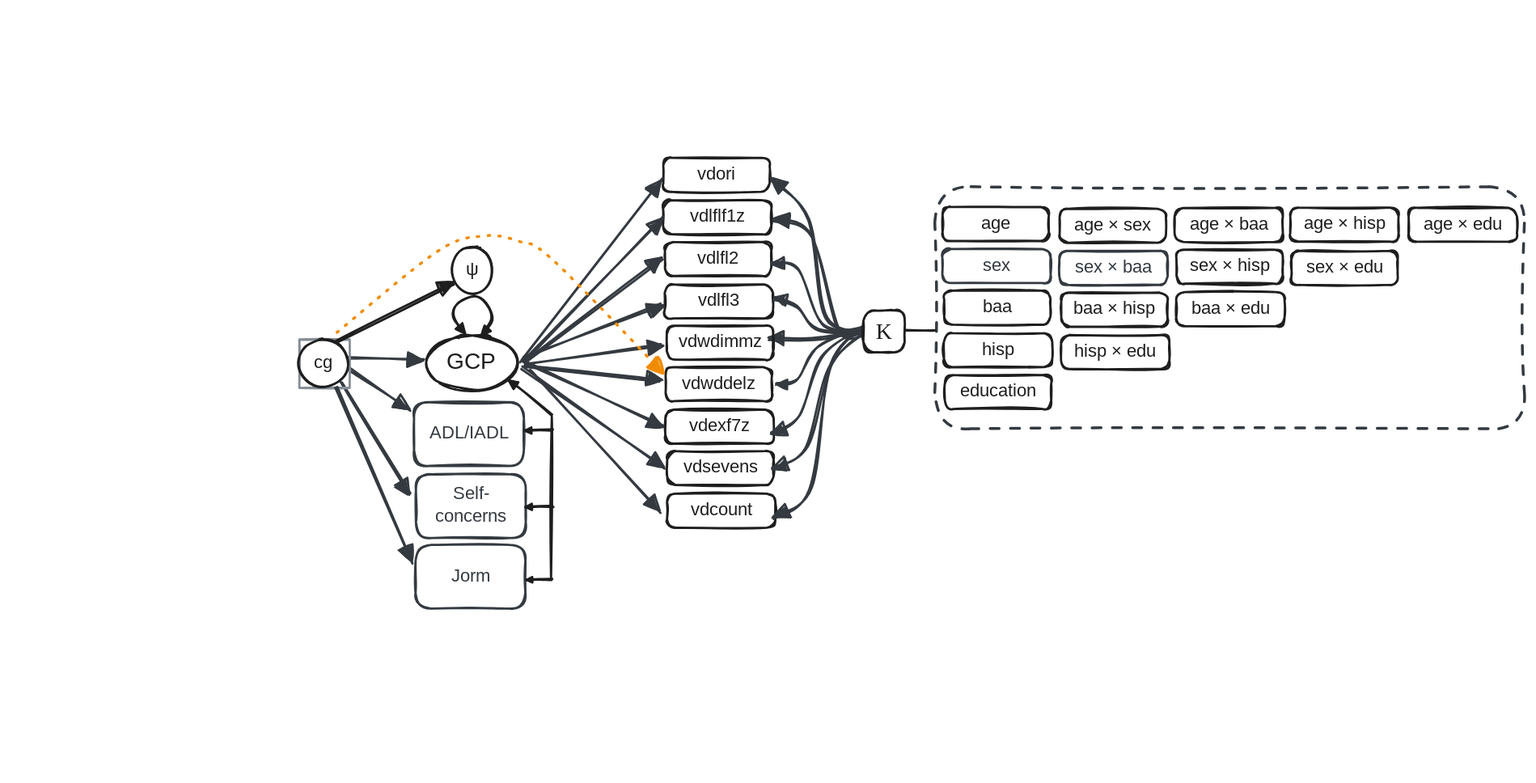
Earlier version of the Excalidraw export R/excalidraw/PMM-011-Calibration_Model_path_only.excalidraw.svg (dougtommet/HRS_cog_classification). Source tidied: one line per element, renumbered; positions are measured from the earlier drawing's top-left corner, leaving out a move shared by most shapes. The source it was exported from:
```json
{"id": 0, "type": "ellipse", "strokeColor": "#1e1e1e", "strokeWidth": 2, "roughness": 1, "round": true, "x": 112, "y": 157, "width": 81, "height": 49}
{"id": 1, "type": "text", "text": "GCP", "strokeColor": "#1e1e1e", "strokeWidth": 2, "roughness": 1, "fontSize": 20, "fontFamily": 5, "textAlign": "center", "verticalAlign": "middle", "inside": 0, "x": 133, "y": 169, "width": 39, "height": 25}
{"id": 2, "type": "rectangle", "strokeColor": "#1e1e1e", "strokeWidth": 2, "roughness": 1, "round": true, "x": 322, "y": 0, "width": 94, "height": 30}
{"id": 3, "type": "text", "text": "vdori", "strokeColor": "#1e1e1e", "strokeWidth": 2, "roughness": 1, "fontSize": 16, "fontFamily": 5, "textAlign": "center", "verticalAlign": "middle", "inside": 2, "x": 352, "y": 5, "width": 34, "height": 20}
{"id": 4, "type": "rectangle", "strokeColor": "#1e1e1e", "strokeWidth": 2, "roughness": 1, "round": true, "x": 569, "y": 43, "width": 94, "height": 30}
{"id": 5, "type": "text", "text": "age", "strokeColor": "#1e1e1e", "strokeWidth": 2, "roughness": 1, "fontSize": 16, "fontFamily": 5, "textAlign": "center", "verticalAlign": "middle", "inside": 4, "x": 605, "y": 48, "width": 22, "height": 20}
{"id": 6, "type": "rectangle", "strokeColor": "#1e1e1e", "strokeWidth": 2, "roughness": 1, "round": true, "x": 324, "y": 185, "width": 94, "height": 30}
{"id": 7, "type": "text", "text": "vdwddelz", "strokeColor": "#1e1e1e", "strokeWidth": 2, "roughness": 1, "fontSize": 16, "fontFamily": 5, "textAlign": "center", "verticalAlign": "middle", "inside": 6, "x": 336, "y": 190, "width": 70, "height": 20}
{"id": 8, "type": "rectangle", "strokeColor": "#1e1e1e", "strokeWidth": 2, "roughness": 1, "round": true, "x": 571, "y": 192, "width": 94, "height": 30}
{"id": 9, "type": "text", "text": "education", "strokeColor": "#1e1e1e", "strokeWidth": 2, "roughness": 1, "fontSize": 16, "fontFamily": 5, "textAlign": "center", "verticalAlign": "middle", "inside": 8, "x": 580, "y": 197, "width": 75, "height": 20}
{"id": 10, "type": "rectangle", "strokeColor": "#1e1e1e", "strokeWidth": 2, "roughness": 1, "round": true, "x": 324, "y": 74, "width": 94, "height": 30}
{"id": 11, "type": "text", "text": "vdlfl2", "strokeColor": "#1e1e1e", "strokeWidth": 2, "roughness": 1, "fontSize": 16, "fontFamily": 5, "textAlign": "center", "verticalAlign": "middle", "inside": 10, "x": 352, "y": 79, "width": 37, "height": 20}
{"id": 12, "type": "rectangle", "strokeColor": "#1e1e1e", "strokeWidth": 2, "roughness": 1, "round": true, "x": 570, "y": 117, "width": 94, "height": 30}
{"id": 13, "type": "text", "text": "baa", "strokeColor": "#1e1e1e", "strokeWidth": 2, "roughness": 1, "fontSize": 16, "fontFamily": 5, "textAlign": "center", "verticalAlign": "middle", "inside": 12, "x": 606, "y": 122, "width": 22, "height": 20}
{"id": 14, "type": "rectangle", "strokeColor": "#1e1e1e", "strokeWidth": 2, "roughness": 1, "round": true, "x": 326, "y": 259, "width": 94, "height": 30}
{"id": 15, "type": "text", "text": "vdsevens", "strokeColor": "#1e1e1e", "strokeWidth": 2, "roughness": 1, "fontSize": 16, "fontFamily": 5, "textAlign": "center", "verticalAlign": "middle", "inside": 14, "x": 338, "y": 264, "width": 69, "height": 20}
{"id": 16, "type": "rectangle", "strokeColor": "#1e1e1e", "strokeWidth": 2, "roughness": 1, "round": true, "x": 322, "y": 38, "width": 96, "height": 30}
{"id": 17, "type": "text", "text": "vdlflf1z", "strokeColor": "#1e1e1e", "strokeWidth": 2, "roughness": 1, "fontSize": 16, "fontFamily": 5, "textAlign": "center", "verticalAlign": "middle", "inside": 16, "x": 341, "y": 43, "width": 57, "height": 20}
{"id": 18, "type": "rectangle", "strokeColor": "#343a40", "strokeWidth": 2, "roughness": 1, "round": true, "x": 569, "y": 81, "width": 96, "height": 30}
{"id": 19, "type": "text", "text": "sex", "strokeColor": "#343a40", "strokeWidth": 2, "roughness": 1, "fontSize": 16, "fontFamily": 5, "textAlign": "center", "verticalAlign": "middle", "inside": 18, "x": 606, "y": 86, "width": 21, "height": 20}
{"id": 20, "type": "rectangle", "strokeColor": "#1e1e1e", "strokeWidth": 2, "roughness": 1, "round": true, "x": 324, "y": 222, "width": 96, "height": 30}
{"id": 21, "type": "text", "text": "vdexf7z", "strokeColor": "#1e1e1e", "strokeWidth": 2, "roughness": 1, "fontSize": 16, "fontFamily": 5, "textAlign": "center", "verticalAlign": "middle", "inside": 20, "x": 341, "y": 227, "width": 62, "height": 20}
{"id": 22, "type": "rectangle", "strokeColor": "#1e1e1e", "strokeWidth": 2, "roughness": 1, "round": true, "x": 324, "y": 112, "width": 96, "height": 30}
{"id": 23, "type": "text", "text": "vdlfl3", "strokeColor": "#1e1e1e", "strokeWidth": 2, "roughness": 1, "fontSize": 16, "fontFamily": 5, "textAlign": "center", "verticalAlign": "middle", "inside": 22, "x": 353, "y": 117, "width": 37, "height": 20}
{"id": 24, "type": "rectangle", "strokeColor": "#1e1e1e", "strokeWidth": 2, "roughness": 1, "round": true, "x": 570, "y": 155, "width": 96, "height": 30}
{"id": 25, "type": "text", "text": "hisp", "strokeColor": "#1e1e1e", "strokeWidth": 2, "roughness": 1, "fontSize": 16, "fontFamily": 5, "textAlign": "center", "verticalAlign": "middle", "inside": 24, "x": 605, "y": 160, "width": 27, "height": 20}
{"id": 26, "type": "rectangle", "strokeColor": "#1e1e1e", "strokeWidth": 2, "roughness": 1, "round": true, "x": 326, "y": 297, "width": 96, "height": 30}
{"id": 27, "type": "text", "text": "vdcount", "strokeColor": "#1e1e1e", "strokeWidth": 2, "roughness": 1, "fontSize": 16, "fontFamily": 5, "textAlign": "center", "verticalAlign": "middle", "inside": 26, "x": 343, "y": 302, "width": 62, "height": 20}
{"id": 28, "type": "rectangle", "strokeColor": "#1e1e1e", "strokeWidth": 2, "roughness": 1, "round": true, "x": 672, "y": 45, "width": 94, "height": 30}
{"id": 29, "type": "text", "text": "age × sex", "strokeColor": "#1e1e1e", "strokeWidth": 2, "roughness": 1, "fontSize": 16, "fontFamily": 5, "textAlign": "center", "verticalAlign": "middle", "inside": 28, "x": 682, "y": 50, "width": 75, "height": 20}
{"id": 30, "type": "rectangle", "strokeColor": "#1e1e1e", "strokeWidth": 2, "roughness": 1, "round": true, "x": 674, "y": 119, "width": 94, "height": 30}
{"id": 31, "type": "text", "text": "baa × hisp", "strokeColor": "#1e1e1e", "strokeWidth": 2, "roughness": 1, "fontSize": 16, "fontFamily": 5, "textAlign": "center", "verticalAlign": "middle", "inside": 30, "x": 681, "y": 124, "width": 79, "height": 20}
{"id": 32, "type": "rectangle", "strokeColor": "#1e1e1e", "strokeWidth": 2, "roughness": 1, "round": true, "x": 776, "y": 81, "width": 94, "height": 30}
{"id": 33, "type": "text", "text": "sex × hisp", "strokeColor": "#1e1e1e", "strokeWidth": 2, "roughness": 1, "fontSize": 16, "fontFamily": 5, "textAlign": "center", "verticalAlign": "middle", "inside": 32, "x": 783, "y": 86, "width": 79, "height": 20}
{"id": 34, "type": "rectangle", "strokeColor": "#343a40", "strokeWidth": 2, "roughness": 1, "round": true, "x": 672, "y": 82, "width": 96, "height": 30}
{"id": 35, "type": "text", "text": "sex × baa", "strokeColor": "#343a40", "strokeWidth": 2, "roughness": 1, "fontSize": 16, "fontFamily": 5, "textAlign": "center", "verticalAlign": "middle", "inside": 34, "x": 682, "y": 87, "width": 76, "height": 20}
{"id": 36, "type": "rectangle", "strokeColor": "#1e1e1e", "strokeWidth": 2, "roughness": 1, "round": true, "x": 774, "y": 44, "width": 96, "height": 30}
{"id": 37, "type": "text", "text": "age × baa", "strokeColor": "#1e1e1e", "strokeWidth": 2, "roughness": 1, "fontSize": 16, "fontFamily": 5, "textAlign": "center", "verticalAlign": "middle", "inside": 36, "x": 784, "y": 49, "width": 76, "height": 20}
{"id": 38, "type": "rectangle", "strokeColor": "#1e1e1e", "strokeWidth": 2, "roughness": 1, "round": true, "x": 674, "y": 157, "width": 96, "height": 30}
{"id": 39, "type": "text", "text": "hisp × edu", "strokeColor": "#1e1e1e", "strokeWidth": 2, "roughness": 1, "fontSize": 16, "fontFamily": 5, "textAlign": "center", "verticalAlign": "middle", "inside": 38, "x": 682, "y": 162, "width": 79, "height": 20}
{"id": 40, "type": "rectangle", "strokeColor": "#1e1e1e", "strokeWidth": 2, "roughness": 1, "round": true, "x": 775, "y": 119, "width": 96, "height": 30}
{"id": 41, "type": "text", "text": "baa × edu", "strokeColor": "#1e1e1e", "strokeWidth": 2, "roughness": 1, "fontSize": 16, "fontFamily": 5, "textAlign": "center", "verticalAlign": "middle", "inside": 40, "x": 785, "y": 124, "width": 76, "height": 20}
{"id": 42, "type": "rectangle", "strokeColor": "#1e1e1e", "strokeWidth": 2, "roughness": 1, "round": true, "x": 876, "y": 44, "width": 96, "height": 30}
{"id": 43, "type": "text", "text": "age × hisp", "strokeColor": "#1e1e1e", "strokeWidth": 2, "roughness": 1, "fontSize": 16, "fontFamily": 5, "textAlign": "center", "verticalAlign": "middle", "inside": 42, "x": 885, "y": 49, "width": 79, "height": 20}
{"id": 44, "type": "rectangle", "strokeColor": "#1e1e1e", "strokeWidth": 2, "roughness": 1, "round": true, "x": 981, "y": 44, "width": 96, "height": 30}
{"id": 45, "type": "text", "text": "age × edu", "strokeColor": "#1e1e1e", "strokeWidth": 2, "roughness": 1, "fontSize": 16, "fontFamily": 5, "textAlign": "center", "verticalAlign": "middle", "inside": 44, "x": 991, "y": 49, "width": 75, "height": 20}
{"id": 46, "type": "rectangle", "strokeColor": "#343a40", "strokeWidth": 2, "strokeStyle": "dashed", "roughness": 1, "round": true, "x": 562, "y": 26, "width": 521, "height": 214}
{"id": 47, "type": "arrow", "strokeColor": "#343a40", "strokeWidth": 2, "roughness": 1, "endArrowhead": "triangle", "round": true, "from": 0, "x": 197, "y": 179, "width": 124, "height": 161, "points": [[0, 0], [124, -161]]}
{"id": 48, "type": "arrow", "strokeColor": "#343a40", "strokeWidth": 2, "roughness": 1, "endArrowhead": "triangle", "round": true, "from": 0, "to": 16, "x": 199, "y": 181, "width": 122, "height": 129, "points": [[0, 0], [122, -129]]}
{"id": 49, "type": "arrow", "strokeColor": "#343a40", "strokeWidth": 2, "roughness": 1, "endArrowhead": "triangle", "round": true, "from": 0, "to": 10, "x": 199, "y": 181, "width": 123, "height": 92, "points": [[0, 0], [123, -92]]}
{"id": 50, "type": "arrow", "strokeColor": "#343a40", "strokeWidth": 2, "roughness": 1, "endArrowhead": "triangle", "round": true, "from": 0, "to": 22, "x": 200, "y": 176, "width": 121, "height": 47, "points": [[0, 0], [121, -47]]}
{"id": 51, "type": "arrow", "strokeColor": "#343a40", "strokeWidth": 2, "roughness": 1, "endArrowhead": "triangle", "round": true, "from": 0, "to": 6, "x": 199, "y": 184, "width": 120, "height": 13, "points": [[0, 0], [120, 13]]}
{"id": 52, "type": "arrow", "strokeColor": "#343a40", "strokeWidth": 2, "roughness": 1, "endArrowhead": "triangle", "round": true, "to": 81, "x": 201, "y": 182, "width": 120, "height": 17, "points": [[0, 0], [120, -17]]}
{"id": 53, "type": "arrow", "strokeColor": "#343a40", "strokeWidth": 2, "roughness": 1, "endArrowhead": "triangle", "round": true, "from": 0, "to": 20, "x": 202, "y": 182, "width": 119, "height": 55, "points": [[0, 0], [119, 55]]}
{"id": 54, "type": "arrow", "strokeColor": "#343a40", "strokeWidth": 2, "roughness": 1, "endArrowhead": "triangle", "round": true, "from": 0, "to": 14, "x": 197, "y": 185, "width": 126, "height": 89, "points": [[0, 0], [126, 89]]}
{"id": 55, "type": "arrow", "strokeColor": "#343a40", "strokeWidth": 2, "roughness": 1, "endArrowhead": "triangle", "round": true, "from": 0, "to": 26, "x": 205, "y": 187, "width": 115, "height": 127, "points": [[0, 0], [115, 127]]}
{"id": 56, "type": "rectangle", "strokeColor": "#343a40", "strokeWidth": 2, "roughness": 1, "round": true, "x": 104, "y": 280, "width": 97, "height": 56}
{"id": 57, "type": "text", "text": "Self-\nconcerns", "strokeColor": "#343a40", "strokeWidth": 2, "roughness": 1, "fontSize": 16, "fontFamily": 5, "textAlign": "center", "verticalAlign": "middle", "inside": 56, "x": 119, "y": 288, "width": 66, "height": 40}
{"id": 58, "type": "rectangle", "strokeColor": "#343a40", "strokeWidth": 2, "roughness": 1, "round": true, "x": 102, "y": 216, "width": 97, "height": 56}
{"id": 59, "type": "text", "text": "ADL/IADL", "strokeColor": "#343a40", "strokeWidth": 2, "roughness": 1, "fontSize": 16, "fontFamily": 5, "textAlign": "center", "verticalAlign": "middle", "inside": 58, "x": 113, "y": 234, "width": 76, "height": 20}
{"id": 60, "type": "arrow", "strokeColor": "#343a40", "strokeWidth": 2, "roughness": 1, "endArrowhead": "triangle", "round": true, "from": 64, "to": 58, "x": 44, "y": 186, "width": 54, "height": 36, "points": [[0, 0], [54, 36]]}
{"id": 61, "type": "arrow", "strokeColor": "#343a40", "strokeWidth": 2, "roughness": 1, "endArrowhead": "triangle", "round": true, "from": 64, "to": 56, "x": 38, "y": 198, "width": 61, "height": 99, "points": [[0, 0], [61, 99]]}
{"id": 62, "type": "arrow", "strokeColor": "#343a40", "strokeWidth": 2, "roughness": 1, "endArrowhead": "triangle", "round": true, "from": 64, "to": 0, "x": 44, "y": 178, "width": 66, "height": 1, "points": [[0, 0], [66, 1]]}
{"id": 63, "type": "rectangle", "strokeColor": "#868e96", "strokeWidth": 2, "roughness": 1, "x": 1, "y": 161, "width": 44, "height": 43}
{"id": 64, "type": "ellipse", "strokeColor": "#1e1e1e", "strokeWidth": 2, "roughness": 1, "x": 0, "y": 160, "width": 44, "height": 42}
{"id": 65, "type": "text", "text": "cg", "strokeColor": "#1e1e1e", "strokeWidth": 2, "roughness": 1, "fontSize": 16, "fontFamily": 5, "textAlign": "center", "verticalAlign": "middle", "inside": 64, "x": 13, "y": 171, "width": 17, "height": 20}
{"id": 66, "type": "rectangle", "strokeColor": "#343a40", "strokeWidth": 2, "roughness": 1, "round": true, "x": 103, "y": 342, "width": 97, "height": 56}
{"id": 67, "type": "text", "text": "Jorm", "strokeColor": "#343a40", "strokeWidth": 2, "roughness": 1, "fontSize": 16, "fontFamily": 5, "textAlign": "center", "verticalAlign": "middle", "inside": 66, "x": 136, "y": 360, "width": 32, "height": 20}
{"id": 68, "type": "arrow", "strokeColor": "#343a40", "strokeWidth": 2, "roughness": 1, "endArrowhead": "triangle", "round": true, "from": 64, "to": 66, "x": 33, "y": 203, "width": 66, "height": 155, "points": [[0, 0], [66, 155]]}
{"id": 69, "type": "ellipse", "strokeColor": "#1e1e1e", "strokeWidth": 2, "roughness": 1, "x": 136, "y": 78, "width": 35, "height": 42}
{"id": 70, "type": "text", "text": "ψ", "strokeColor": "#1e1e1e", "strokeWidth": 2, "roughness": 1, "fontSize": 16, "fontFamily": 5, "textAlign": "center", "verticalAlign": "middle", "inside": 69, "x": 148, "y": 89, "width": 12, "height": 20}
{"id": 71, "type": "arrow", "strokeColor": "#1e1e1e", "strokeWidth": 2, "roughness": 1, "endArrowhead": "triangle", "round": true, "from": 64, "to": 69, "x": 35, "y": 163, "width": 101, "height": 52, "points": [[0, 0], [101, -52]]}
{"id": 72, "type": "arrow", "strokeColor": "#343a40", "strokeWidth": 2, "roughness": 1, "endArrowhead": "triangle", "round": true, "to": 2, "x": 506, "y": 153, "width": 89, "height": 134, "points": [[0, 0], [-39, -11], [-55, -98], [-89, -134]]}
{"id": 73, "type": "arrow", "strokeColor": "#343a40", "strokeWidth": 2, "roughness": 1, "endArrowhead": "triangle", "round": true, "from": 90, "to": 16, "x": 496, "y": 156, "width": 76, "height": 102, "points": [[0, 0], [-18, -5], [-43, -88], [-76, -102]]}
{"id": 74, "type": "arrow", "strokeColor": "#343a40", "angle": 0.01, "strokeWidth": 2, "roughness": 1, "endArrowhead": "triangle", "round": true, "x": 505, "y": 149, "width": 87, "height": 57, "points": [[0, 0], [-41, -1], [-64, -51], [-87, -57]]}
{"id": 75, "type": "arrow", "strokeColor": "#343a40", "angle": 0.08, "strokeWidth": 2, "roughness": 1, "endArrowhead": "triangle", "round": true, "x": 509, "y": 150, "width": 91, "height": 24, "points": [[0, 0], [-48, 2], [-68, -16], [-91, -22]]}
{"id": 76, "type": "arrow", "strokeColor": "#343a40", "angle": 0.08, "strokeWidth": 2, "roughness": 1, "endArrowhead": "triangle", "round": true, "from": 90, "to": 81, "x": 493, "y": 150, "width": 76, "height": 13, "points": [[0, 0], [-27, 8], [-47, 11], [-76, 13]]}
{"id": 77, "type": "arrow", "strokeColor": "#343a40", "strokeWidth": 2, "roughness": 1, "endArrowhead": "triangle", "round": true, "x": 505, "y": 146, "width": 84, "height": 172, "points": [[0, 0], [-35, 36], [-53, 147], [-84, 172]]}
{"id": 78, "type": "arrow", "strokeColor": "#343a40", "strokeWidth": 2, "roughness": 1, "endArrowhead": "triangle", "round": true, "x": 506, "y": 149, "width": 87, "height": 124, "points": [[0, 0], [-36, 35], [-57, 106], [-87, 124]]}
{"id": 79, "type": "arrow", "strokeColor": "#343a40", "strokeWidth": 2, "roughness": 1, "endArrowhead": "triangle", "round": true, "x": 505, "y": 147, "width": 87, "height": 96, "points": [[0, 0], [-42, 28], [-62, 80], [-87, 96]]}
{"id": 80, "type": "arrow", "strokeColor": "#343a40", "strokeWidth": 2, "roughness": 1, "endArrowhead": "triangle", "round": true, "to": 6, "x": 499, "y": 148, "width": 77, "height": 51, "points": [[0, 0], [-41, 20], [-57, 47], [-77, 51]]}
{"id": 81, "type": "rectangle", "strokeColor": "#1e1e1e", "strokeWidth": 2, "roughness": 1, "round": true, "x": 325, "y": 148, "width": 94, "height": 30}
{"id": 82, "type": "text", "text": "vdwdimmz", "strokeColor": "#1e1e1e", "strokeWidth": 2, "roughness": 1, "fontSize": 16, "fontFamily": 5, "textAlign": "center", "verticalAlign": "middle", "inside": 81, "x": 336, "y": 153, "width": 72, "height": 20}
{"id": 83, "type": "arrow", "strokeColor": "#1e1e1e", "angle": 4.74, "strokeWidth": 2, "roughness": 1, "startArrowhead": "triangle", "endArrowhead": "triangle", "round": true, "x": 138, "y": 134, "width": 34, "height": 34, "points": [[0, 0], [14, -11], [26, -8], [33, 8], [27, 18], [13, 23], [-2, 14]]}
{"id": 84, "type": "arrow", "strokeColor": "#1e1e1e", "strokeWidth": 2, "roughness": 1, "endArrowhead": "triangle", "round": true, "to": 0, "x": 224, "y": 227, "width": 38, "height": 31, "points": [[0, 0], [-24, -21], [-38, -31]]}
{"id": 85, "type": "line", "strokeColor": "#1e1e1e", "strokeWidth": 2, "roughness": 1, "x": 224, "y": 229, "width": 1, "height": 143, "points": [[0, 0], [-1, 143]]}
{"id": 86, "type": "arrow", "strokeColor": "#1e1e1e", "strokeWidth": 2, "roughness": 1, "endArrowhead": "triangle", "round": true, "to": 66, "x": 224, "y": 372, "width": 23, "height": 0, "points": [[0, 0], [-11, 0], [-23, 0]]}
{"id": 87, "type": "arrow", "strokeColor": "#1e1e1e", "strokeWidth": 2, "roughness": 1, "endArrowhead": "triangle", "round": true, "x": 225, "y": 308, "width": 24, "height": 1, "points": [[0, 0], [-11, 0], [-24, 1]]}
{"id": 88, "type": "arrow", "strokeColor": "#1e1e1e", "strokeWidth": 2, "roughness": 1, "endArrowhead": "triangle", "round": true, "x": 224, "y": 240, "width": 24, "height": 1, "points": [[0, 0], [-11, 0], [-24, 1]]}
{"id": 89, "type": "arrow", "strokeColor": "#f08c00", "strokeWidth": 2, "strokeStyle": "dotted", "roughness": 1, "endArrowhead": "triangle", "round": true, "from": 64, "to": 81, "x": 34, "y": 155, "width": 288, "height": 122, "points": [[0, 0], [88, -71], [129, -87], [159, -81], [192, -65], [288, 36]]}
{"id": 90, "type": "rectangle", "strokeColor": "#1e1e1e", "backgroundColor": "#ffffff", "fillStyle": "solid", "strokeWidth": 2, "roughness": 1, "round": true, "x": 499, "y": 135, "width": 36, "height": 37}
{"id": 91, "type": "text", "text": "Κ", "strokeColor": "#1e1e1e", "strokeWidth": 2, "roughness": 1, "fontSize": 20, "fontFamily": 6, "textAlign": "center", "verticalAlign": "middle", "inside": 90, "x": 510, "y": 140, "width": 16, "height": 27}
{"id": 92, "type": "line", "strokeColor": "#1e1e1e", "backgroundColor": "#ffffff", "fillStyle": "solid", "strokeWidth": 2, "roughness": 1, "round": true, "x": 562, "y": 152, "width": 26, "height": 0, "points": [[0, 0], [-26, 0]]}
{"id": 93, "type": "rectangle", "strokeColor": "#1e1e1e", "strokeWidth": 2, "roughness": 1, "round": true, "x": 877, "y": 82, "width": 94, "height": 30}
{"id": 94, "type": "text", "text": "sex × edu", "strokeColor": "#1e1e1e", "strokeWidth": 2, "roughness": 1, "fontSize": 16, "fontFamily": 5, "textAlign": "center", "verticalAlign": "middle", "inside": 93, "x": 887, "y": 87, "width": 75, "height": 20}
```
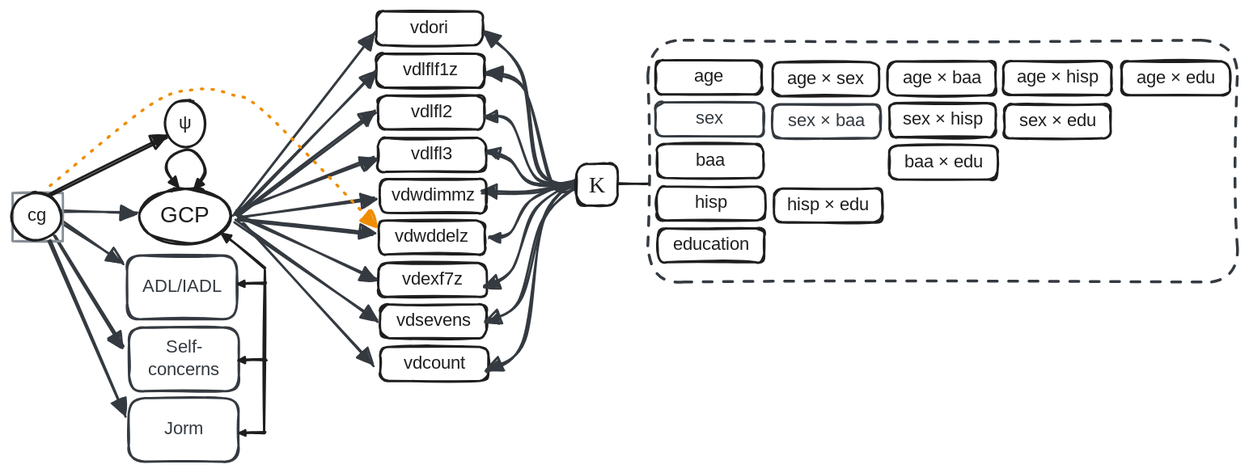
After the change.

Change to the diagram source:
```diff
@@ -28,8 +28,6 @@
 {"id": 27, "type": "text", "text": "vdcount", "strokeColor": "#1e1e1e", "strokeWidth": 2, "roughness": 1, "fontSize": 16, "fontFamily": 5, "textAlign": "center", "verticalAlign": "middle", "inside": 26, "x": 343, "y": 302, "width": 62, "height": 20}
 {"id": 28, "type": "rectangle", "strokeColor": "#1e1e1e", "strokeWidth": 2, "roughness": 1, "round": true, "x": 672, "y": 45, "width": 94, "height": 30}
 {"id": 29, "type": "text", "text": "age × sex", "strokeColor": "#1e1e1e", "strokeWidth": 2, "roughness": 1, "fontSize": 16, "fontFamily": 5, "textAlign": "center", "verticalAlign": "middle", "inside": 28, "x": 682, "y": 50, "width": 75, "height": 20}
-{"id": 30, "type": "rectangle", "strokeColor": "#1e1e1e", "strokeWidth": 2, "roughness": 1, "round": true, "x": 674, "y": 119, "width": 94, "height": 30}
-{"id": 31, "type": "text", "text": "baa × hisp", "strokeColor": "#1e1e1e", "strokeWidth": 2, "roughness": 1, "fontSize": 16, "fontFamily": 5, "textAlign": "center", "verticalAlign": "middle", "inside": 30, "x": 681, "y": 124, "width": 79, "height": 20}
 {"id": 32, "type": "rectangle", "strokeColor": "#1e1e1e", "strokeWidth": 2, "roughness": 1, "round": true, "x": 776, "y": 81, "width": 94, "height": 30}
 {"id": 33, "type": "text", "text": "sex × hisp", "strokeColor": "#1e1e1e", "strokeWidth": 2, "roughness": 1, "fontSize": 16, "fontFamily": 5, "textAlign": "center", "verticalAlign": "middle", "inside": 32, "x": 783, "y": 86, "width": 79, "height": 20}
 {"id": 34, "type": "rectangle", "strokeColor": "#343a40", "strokeWidth": 2, "roughness": 1, "round": true, "x": 672, "y": 82, "width": 96, "height": 30}
```
